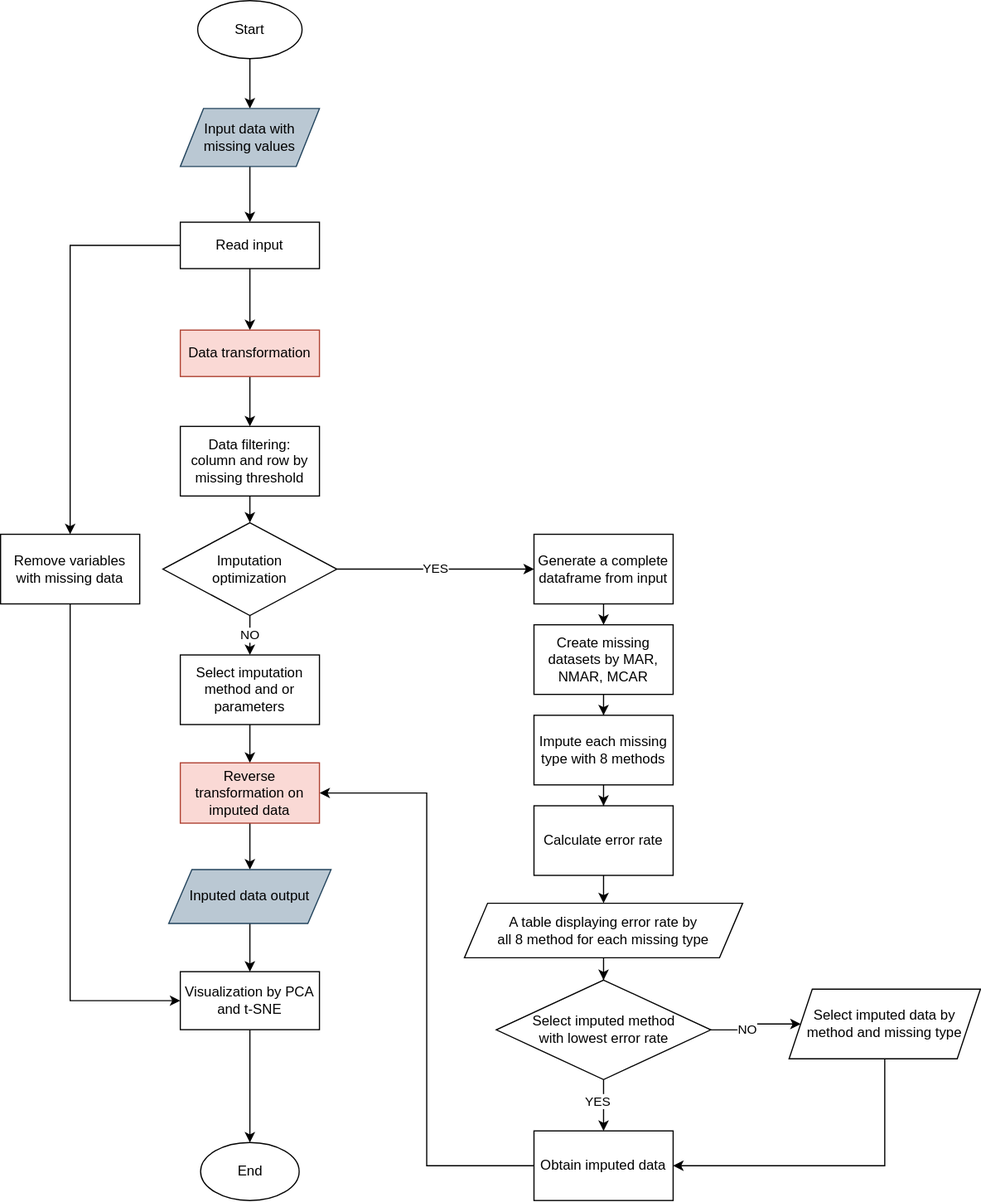
The draw.io diagram Implimet.svg in janiceou/website_log, before a commit. Source tidied: cells renumbered, new cells last; positions are measured from the earlier drawing's top-left corner, leaving out a move shared by most shapes.
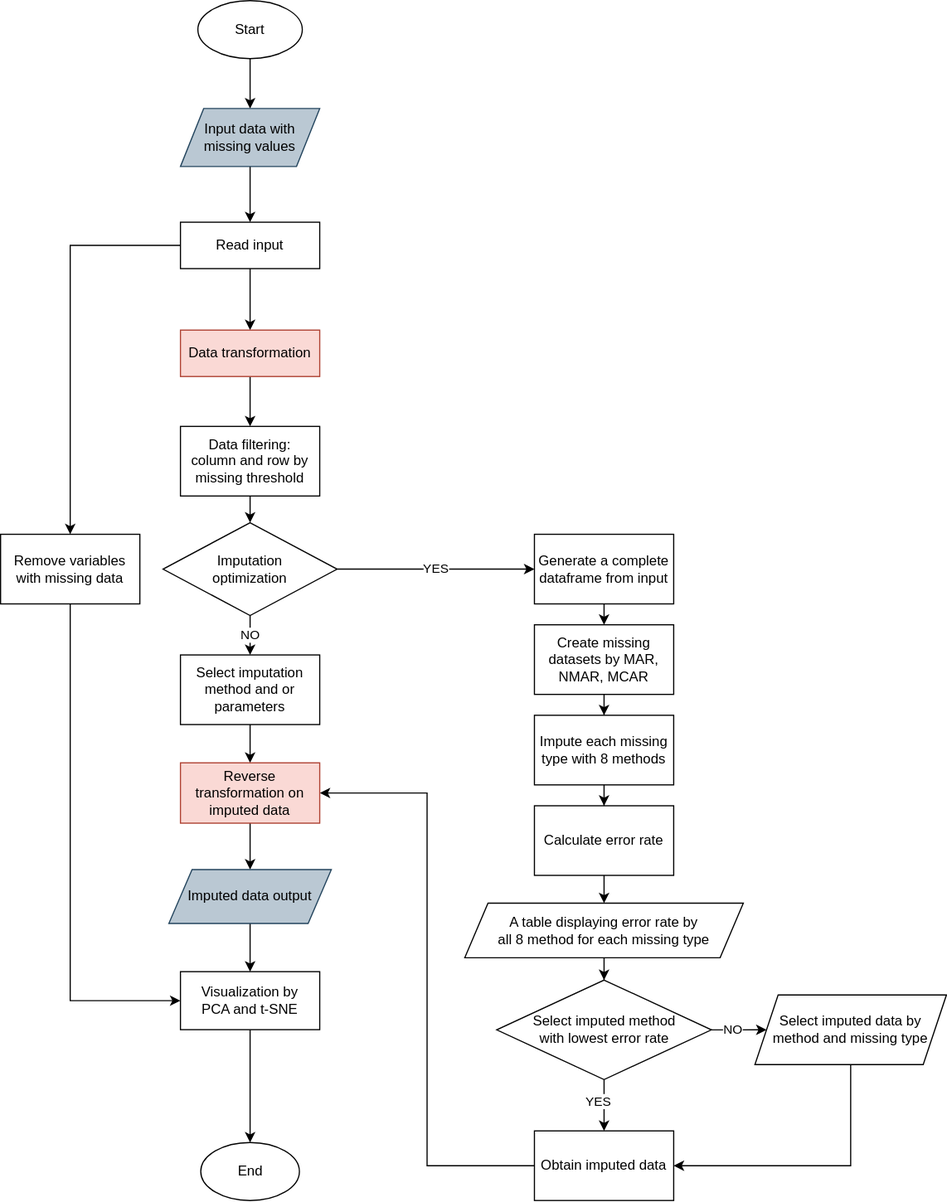
The same file after the commit.

What changed in the source:
```diff
@@ -101,7 +101,7 @@
       <mxGeometry relative="1" as="geometry" />
     </mxCell>
     <mxCell id="34" value="Select imputed data by method and missing type" style="shape=parallelogram;perimeter=parallelogramPerimeter;whiteSpace=wrap;html=1;fixedSize=1;rounded=0;" parent="1" vertex="1">
-      <mxGeometry x="680" y="852.1" width="165" height="60" as="geometry" />
+      <mxGeometry x="650" y="857.1" width="165" height="60" as="geometry" />
     </mxCell>
     <mxCell id="35" style="edgeStyle=orthogonalEdgeStyle;rounded=0;jettySize=auto;html=1;" parent="1" edge="1" source="36" target="38">
       <mxGeometry relative="1" as="geometry" />
@@ -118,13 +118,13 @@
     <mxCell id="39" style="edgeStyle=orthogonalEdgeStyle;rounded=0;jettySize=auto;html=1;exitX=0.5;exitY=1;exitDx=0;exitDy=0;" parent="1" edge="1" source="40" target="42">
       <mxGeometry relative="1" as="geometry" />
     </mxCell>
-    <mxCell id="40" value="Inputed data output" style="shape=parallelogram;perimeter=parallelogramPerimeter;whiteSpace=wrap;html=1;fixedSize=1;fillColor=#bac8d3;strokeColor=#23445d;" parent="1" vertex="1">
+    <mxCell id="40" value="Imputed data output" style="shape=parallelogram;perimeter=parallelogramPerimeter;whiteSpace=wrap;html=1;fixedSize=1;fillColor=#bac8d3;strokeColor=#23445d;" parent="1" vertex="1">
       <mxGeometry x="145" y="749" width="140" height="46.5" as="geometry" />
     </mxCell>
     <mxCell id="41" style="edgeStyle=orthogonalEdgeStyle;rounded=0;jettySize=auto;html=1;" parent="1" edge="1" source="42" target="43">
       <mxGeometry relative="1" as="geometry" />
     </mxCell>
-    <mxCell id="42" value="Visualization by PCA and t-SNE" style="whiteSpace=wrap;html=1;" parent="1" vertex="1">
+    <mxCell id="42" value="Visualization by &lt;br&gt;PCA and t-SNE" style="whiteSpace=wrap;html=1;" parent="1" vertex="1">
       <mxGeometry x="155" y="837" width="120" height="50" as="geometry" />
     </mxCell>
     <mxCell id="43" value="End" style="ellipse;whiteSpace=wrap;html=1;" parent="1" vertex="1">
```
